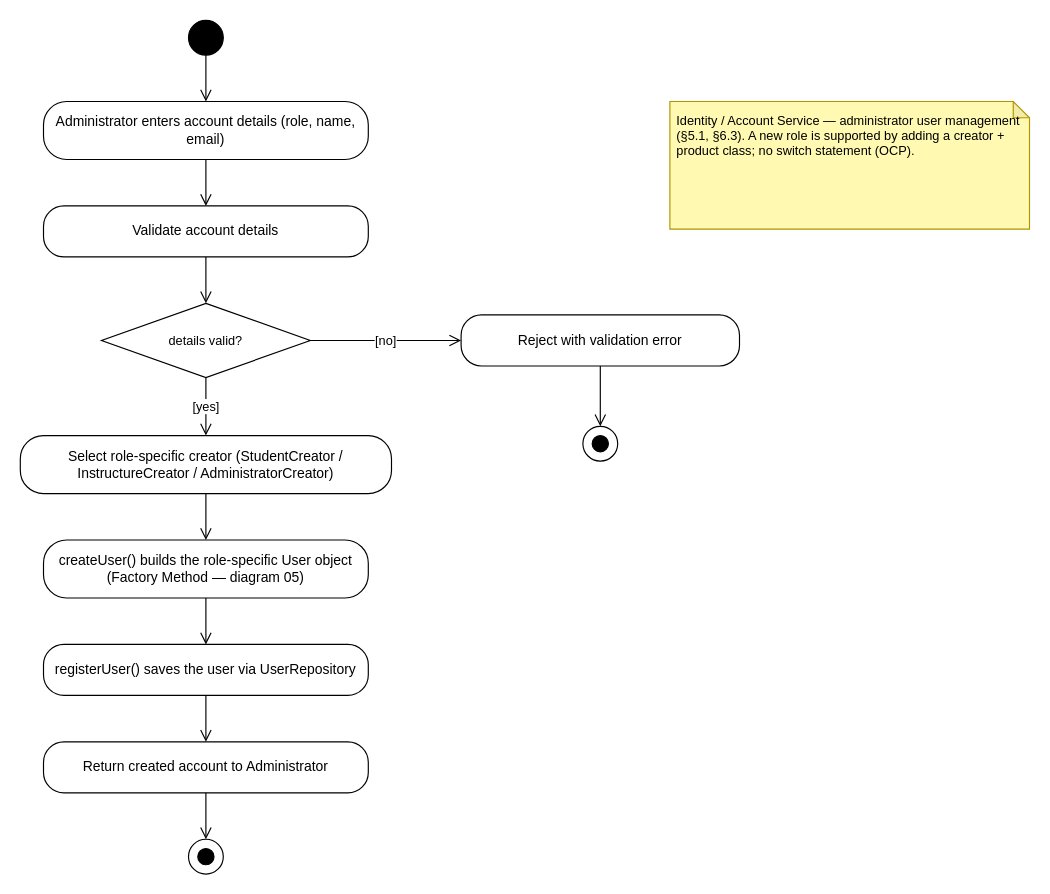
The draw.io diagram Diagrams/Activity_diagrams/act-1-identity-account.drawio in Tharusha-dev/soft_architect_redda, before the edit. Source tidied: cells renumbered, new cells numbered last; positions are measured from the earlier drawing's top-left corner, leaving out a move shared by most shapes. Both pictures are drawn from the tidied source at 116%, with x=0, y=0 at pixel (20, 20).
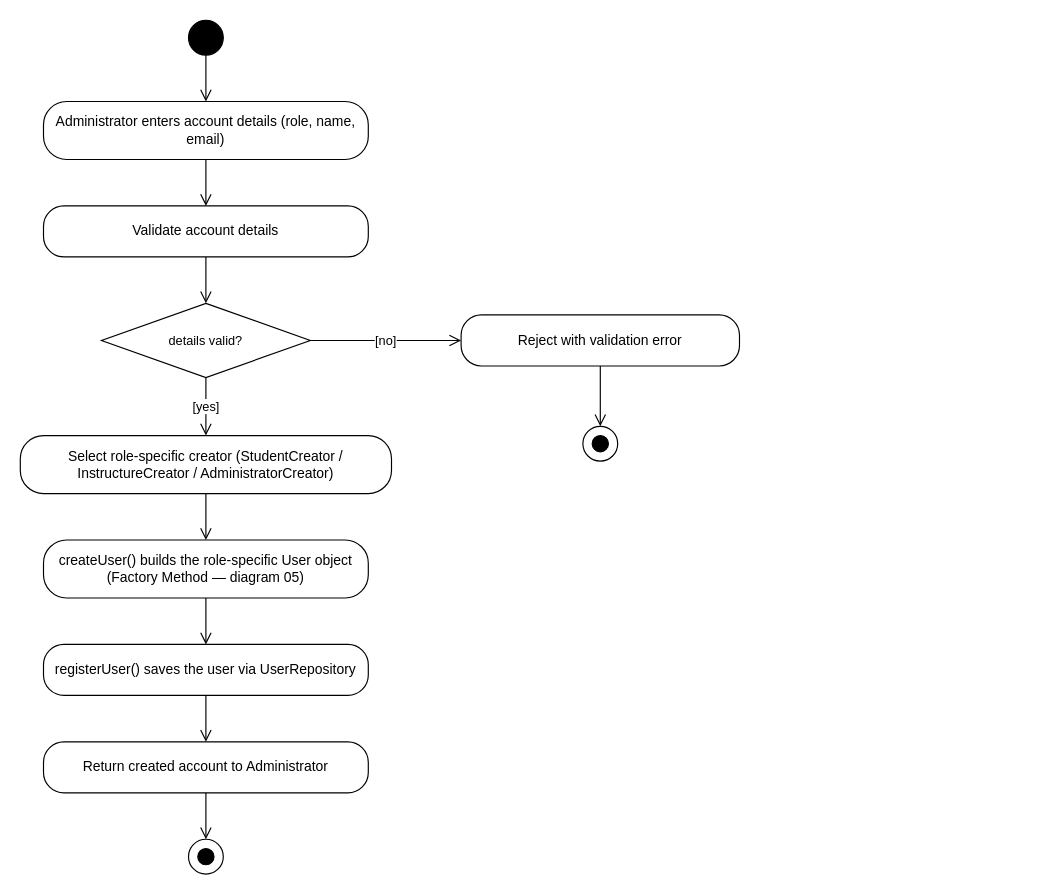
After the change.

The edit, as a diff of the source:
```diff
@@
-    <mxCell id="15" value="Identity / Account Service — administrator user management (§5.1, §6.3). A new role is supported by adding a creator + product class; no switch statement (OCP)." style="shape=note;whiteSpace=wrap;html=1;backgroundOutline=1;darkOpacity=0.05;fillColor=#FFF9B2;strokeColor=#B09500;size=14;align=left;verticalAlign=top;spacing=6;fontSize=11;" parent="1" vertex="1">
-      <mxGeometry x="560" y="70" width="310" height="110" as="geometry" />
-    </mxCell>
```
